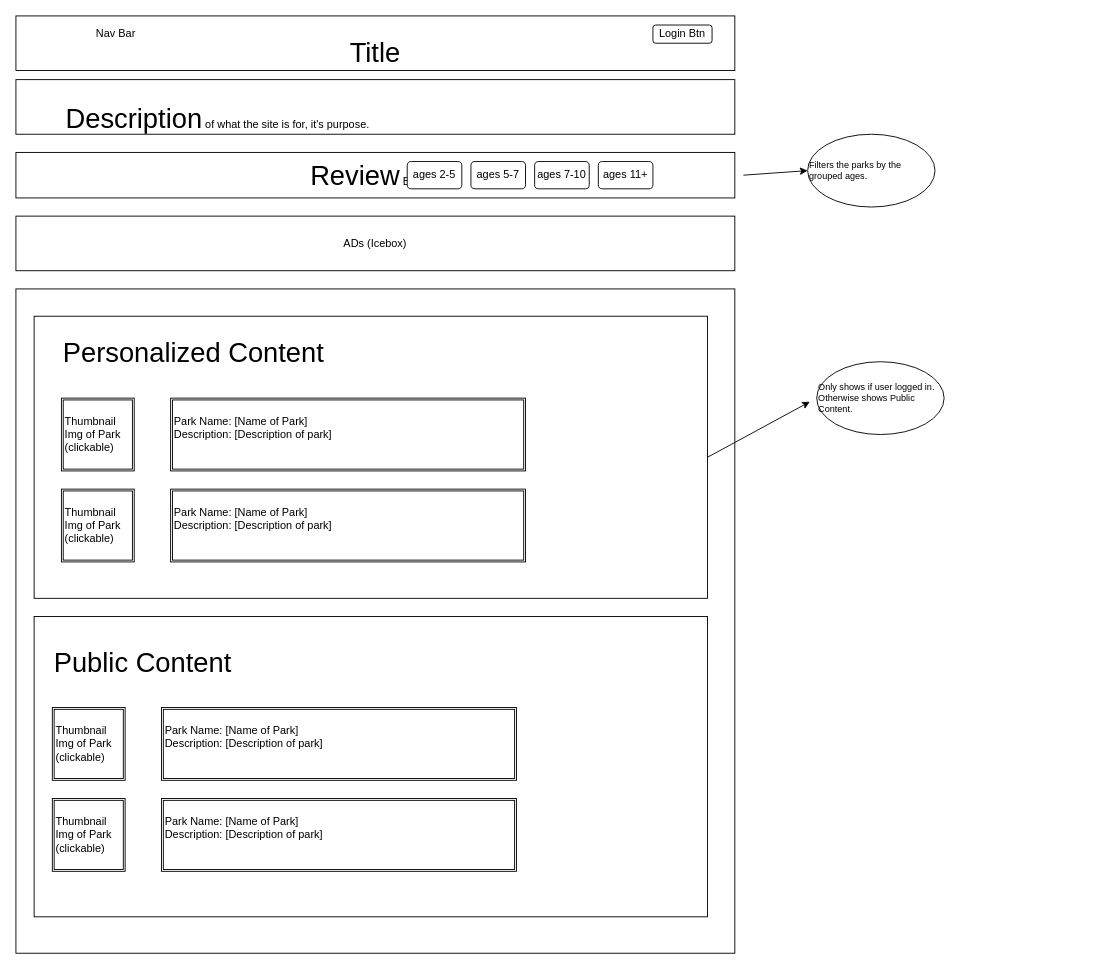
The draw.io diagram page "Main Page" (1 of 2) of project-3-sketchup.drawio in Leevie/park-sense-app, before the edit. Source tidied: cells renumbered, new cells numbered last; positions are measured from the earlier drawing's top-left corner, leaving out a move shared by most shapes. Both pictures are drawn from the tidied source at 91%, with x=0, y=0 at pixel (15, 15).
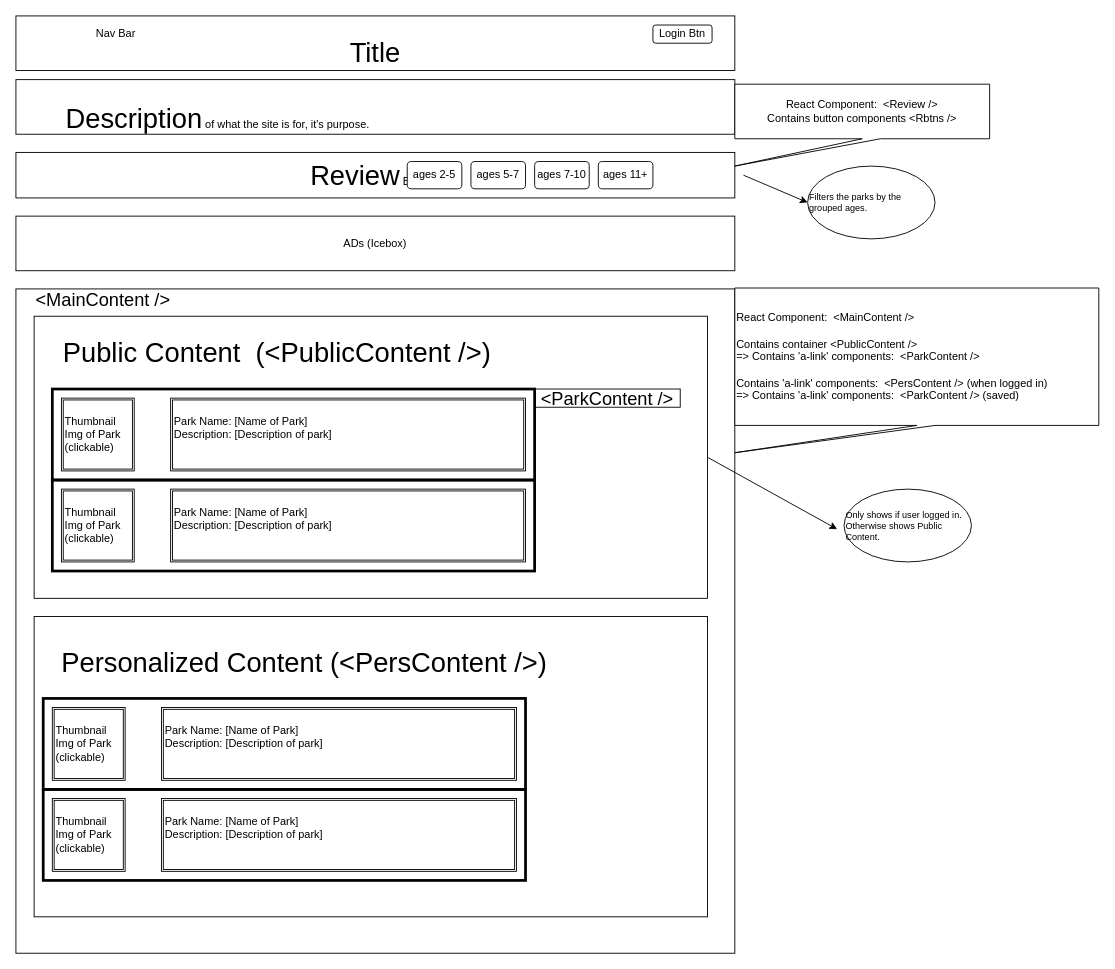
The same page after the edit.

What changed in the source:
```diff
@@
-    <mxCell id="17" value="&lt;div style=&quot;text-align: left&quot;&gt;&lt;span style=&quot;font-size: 30px&quot;&gt;Public Content&lt;/span&gt;&lt;/div&gt;" style="text;html=1;strokeColor=none;fillColor=none;align=left;verticalAlign=middle;whiteSpace=wrap;rounded=0;" parent="1" vertex="1">
-      <mxGeometry x="40" y="700" width="380" height="20" as="geometry" />
+    <mxCell id="17" value="&lt;div style=&quot;text-align: left&quot;&gt;&lt;span style=&quot;font-size: 30px&quot;&gt;&amp;nbsp;Personalized Content (&amp;lt;PersContent /&amp;gt;)&lt;/span&gt;&lt;/div&gt;" style="text;html=1;strokeColor=none;fillColor=none;align=left;verticalAlign=middle;whiteSpace=wrap;rounded=0;" parent="1" vertex="1">
+      <mxGeometry x="40" y="700" width="570" height="20" as="geometry" />
     </mxCell>
-    <mxCell id="18" value="&lt;font style=&quot;font-size: 30px&quot;&gt;Personalized Content&lt;br&gt;&lt;/font&gt;" style="text;html=1;strokeColor=none;fillColor=none;align=left;verticalAlign=middle;whiteSpace=wrap;rounded=0;" parent="1" vertex="1">
-      <mxGeometry x="50" y="360" width="380" height="20" as="geometry" />
+    <mxCell id="18" value="&lt;font style=&quot;font-size: 30px&quot;&gt;Public Content&amp;nbsp; (&amp;lt;PublicContent /&amp;gt;)&lt;br&gt;&lt;/font&gt;" style="text;html=1;strokeColor=none;fillColor=none;align=left;verticalAlign=middle;whiteSpace=wrap;rounded=0;" parent="1" vertex="1">
+      <mxGeometry x="50" y="360" width="540" height="20" as="geometry" />
     </mxCell>
@@
     <mxCell id="28" value="Only shows if user logged in.&amp;nbsp; Otherwise shows Public Content.&lt;br style=&quot;font-size: 10px&quot;&gt;" style="ellipse;whiteSpace=wrap;html=1;fontSize=10;align=left;" parent="1" vertex="1">
-      <mxGeometry x="880" y="380" width="140" height="80" as="geometry" />
+      <mxGeometry x="910" y="520" width="140" height="80" as="geometry" />
     </mxCell>
@@
     <mxCell id="30" value="Filters the parks by the grouped ages.&lt;br style=&quot;font-size: 10px&quot;&gt;" style="ellipse;whiteSpace=wrap;html=1;fontSize=10;align=left;" parent="1" vertex="1">
-      <mxGeometry x="870" y="130" width="140" height="80" as="geometry" />
+      <mxGeometry x="870" y="165" width="140" height="80" as="geometry" />
     </mxCell>
+    <mxCell id="31" value="React Component:&amp;nbsp; &amp;lt;Review /&amp;gt;&lt;br&gt;Contains button components &amp;lt;Rbtns /&amp;gt;&lt;br&gt;" style="shape=callout;whiteSpace=wrap;html=1;perimeter=calloutPerimeter;position2=0;" parent="1" vertex="1">
+      <mxGeometry x="790" y="75" width="280" height="90" as="geometry" />
+    </mxCell>
+    <mxCell id="32" value="React Component:&amp;nbsp; &amp;lt;MainContent /&amp;gt;&lt;br&gt;&lt;br&gt;Contains container &amp;lt;PublicContent /&amp;gt;&lt;br&gt;=&amp;gt; Contains 'a-link' components:&amp;nbsp; &amp;lt;ParkContent /&amp;gt;&lt;br&gt;&lt;br&gt;Contains 'a-link' components:&amp;nbsp; &amp;lt;PersContent /&amp;gt; (when logged in)&lt;br&gt;=&amp;gt; Contains 'a-link' components:&amp;nbsp; &amp;lt;ParkContent /&amp;gt; (saved)&lt;br&gt;" style="shape=callout;whiteSpace=wrap;html=1;perimeter=calloutPerimeter;position2=0;align=left;" parent="1" vertex="1">
+      <mxGeometry x="790" y="299" width="400" height="181" as="geometry" />
+    </mxCell>
+    <mxCell id="33" style="rounded=0;whiteSpace=wrap;html=1;fillColor=none;strokeWidth=3;" parent="1" vertex="1">
+      <mxGeometry x="30" y="750" width="530" height="100" as="geometry" />
+    </mxCell>
+    <mxCell id="34" style="rounded=0;whiteSpace=wrap;html=1;fillColor=none;strokeWidth=3;" parent="1" vertex="1">
+      <mxGeometry x="30" y="850" width="530" height="100" as="geometry" />
+    </mxCell>
+    <mxCell id="35" style="rounded=0;whiteSpace=wrap;html=1;fillColor=none;strokeWidth=3;" parent="1" vertex="1">
+      <mxGeometry x="40" y="410" width="530" height="100" as="geometry" />
+    </mxCell>
+    <mxCell id="36" style="rounded=0;whiteSpace=wrap;html=1;fillColor=none;strokeWidth=3;" parent="1" vertex="1">
+      <mxGeometry x="40" y="510" width="530" height="100" as="geometry" />
+    </mxCell>
+    <mxCell id="37" value="&amp;lt;MainContent /&amp;gt;" style="text;html=1;strokeColor=none;fillColor=none;align=left;verticalAlign=middle;whiteSpace=wrap;rounded=0;spacing=2;spacingBottom=4;spacingTop=6;fontSize=20;" parent="1" vertex="1">
+      <mxGeometry x="20" y="300" width="160" height="20" as="geometry" />
+    </mxCell>
+    <mxCell id="38" value="&amp;lt;ParkContent /&amp;gt;" style="text;html=1;strokeColor=#000000;fillColor=none;align=center;verticalAlign=middle;whiteSpace=wrap;rounded=0;fontSize=20;" parent="1" vertex="1">
+      <mxGeometry x="570" y="410" width="160" height="20" as="geometry" />
+    </mxCell>
```
